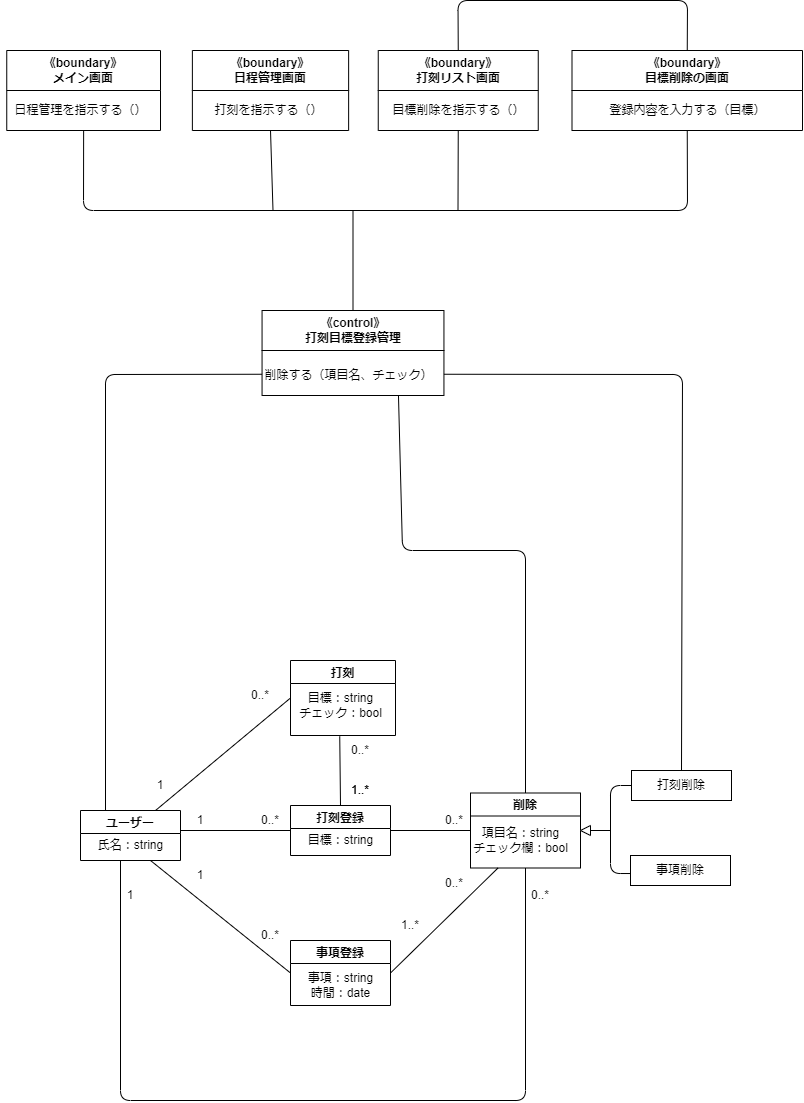
Above: 分析Class9.drawio.png in Hu-Hanxu/First-App-Self-Management- (draw.io), before the change. Source tidied: cells renumbered, new cells last; positions are measured from the earlier drawing's top-left corner, leaving out a move shared by most shapes.
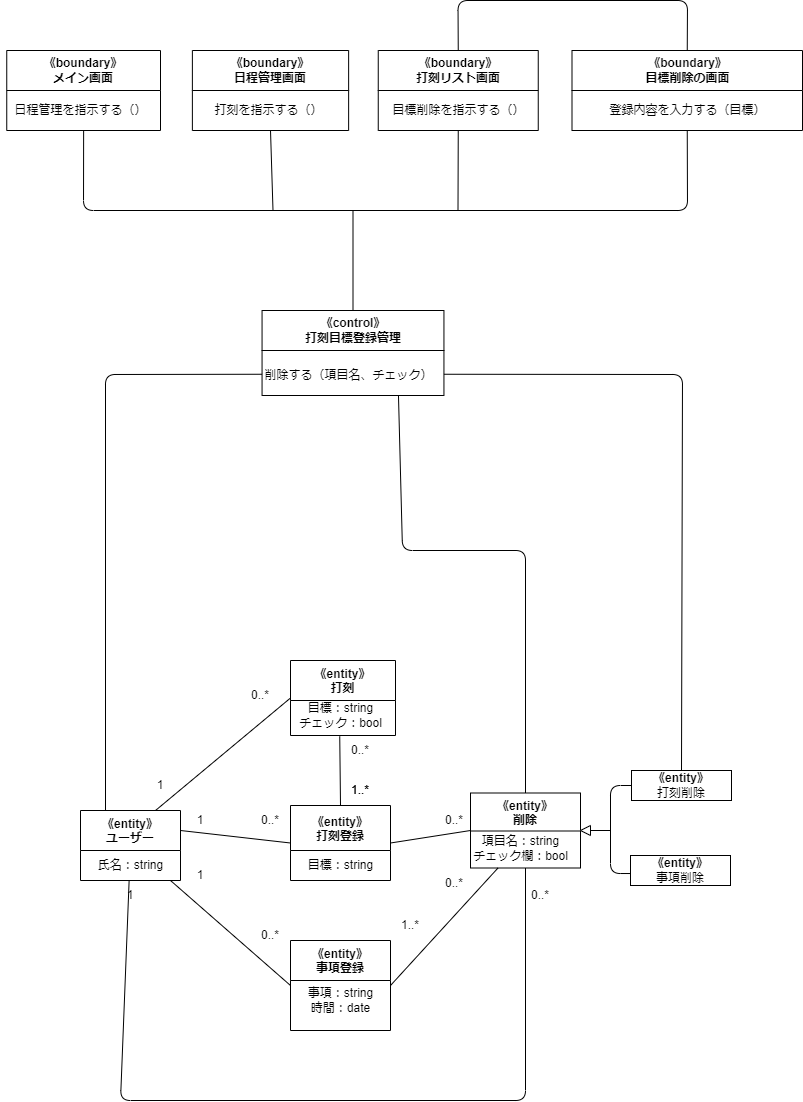
Above is the later version.

Change to the diagram source:
```diff
@@ -2,57 +2,54 @@
   <root>
     <mxCell id="0" />
     <mxCell id="1" parent="0" />
-    <mxCell id="2" value="打刻登録" style="swimlane;" parent="1" vertex="1">
-      <mxGeometry x="290" y="805" width="100" height="50" as="geometry" />
+    <mxCell id="2" value="《entity》&#10;打刻登録" style="swimlane;startSize=45;" parent="1" vertex="1">
+      <mxGeometry x="290" y="805" width="100" height="75" as="geometry" />
     </mxCell>
     <mxCell id="3" value="目標：string" style="text;html=1;align=center;verticalAlign=middle;strokeColor=none;fillColor=none;" parent="2" vertex="1">
-      <mxGeometry x="5" y="20" width="90" height="30" as="geometry" />
+      <mxGeometry x="5" y="45" width="90" height="30" as="geometry" />
     </mxCell>
-    <mxCell id="4" value="事項登録" style="swimlane;" parent="1" vertex="1">
-      <mxGeometry x="290" y="940" width="100" height="65" as="geometry" />
+    <mxCell id="4" value="《entity》&#10;事項登録" style="swimlane;startSize=40;" parent="1" vertex="1">
+      <mxGeometry x="290" y="940" width="100" height="90" as="geometry" />
     </mxCell>
     <mxCell id="5" value="事項：string&lt;br&gt;時間：date" style="text;html=1;align=center;verticalAlign=middle;strokeColor=none;fillColor=none;" parent="4" vertex="1">
-      <mxGeometry x="5" y="25" width="90" height="40" as="geometry" />
+      <mxGeometry x="5" y="40" width="90" height="40" as="geometry" />
     </mxCell>
-    <mxCell id="6" value="打刻" style="swimlane;" parent="1" vertex="1">
+    <mxCell id="6" value="《entity》&#10;打刻" style="swimlane;startSize=40;" parent="1" vertex="1">
       <mxGeometry x="290" y="660" width="105" height="75" as="geometry" />
     </mxCell>
     <mxCell id="7" value="目標：string&lt;br&gt;チェック：bool" style="text;html=1;align=center;verticalAlign=middle;strokeColor=none;fillColor=none;" parent="6" vertex="1">
-      <mxGeometry x="-5" y="25" width="110" height="40" as="geometry" />
+      <mxGeometry x="-5" y="35" width="110" height="40" as="geometry" />
     </mxCell>
     <mxCell id="8" style="endArrow=none;html=1;exitX=1;exitY=0.5;exitDx=0;exitDy=0;entryX=0;entryY=0.5;entryDx=0;entryDy=0;" parent="1" edge="1" target="2">
       <mxGeometry relative="1" as="geometry">
         <mxPoint x="180" y="830" as="sourcePoint" />
       </mxGeometry>
     </mxCell>
-    <mxCell id="9" value="削除" style="swimlane;" parent="1" vertex="1">
+    <mxCell id="9" value="《entity》&#10;削除" style="swimlane;startSize=38;" parent="1" vertex="1">
       <mxGeometry x="470" y="792.5" width="110" height="75" as="geometry" />
     </mxCell>
     <mxCell id="10" value="項目名：string&lt;br&gt;チェック欄：bool" style="text;html=1;align=center;verticalAlign=middle;strokeColor=none;fillColor=none;" parent="9" vertex="1">
-      <mxGeometry x="-10" y="27.5" width="120" height="40" as="geometry" />
+      <mxGeometry x="-10" y="35" width="120" height="40" as="geometry" />
     </mxCell>
     <mxCell id="11" style="endArrow=none;html=1;entryX=0;entryY=0.5;entryDx=0;entryDy=0;exitX=1;exitY=0.5;exitDx=0;exitDy=0;" parent="1" edge="1" source="2" target="9">
       <mxGeometry relative="1" as="geometry" />
     </mxCell>
-    <mxCell id="12" value="打刻削除" style="rounded=0;whiteSpace=wrap;html=1;" parent="1" vertex="1">
+    <mxCell id="12" value="&lt;span style=&quot;font-weight: 700;&quot;&gt;《entity》&lt;/span&gt;&lt;br&gt;打刻削除" style="rounded=0;whiteSpace=wrap;html=1;" parent="1" vertex="1">
       <mxGeometry x="631" y="770" width="100" height="30" as="geometry" />
     </mxCell>
-    <mxCell id="13" value="事項削除" style="rounded=0;whiteSpace=wrap;html=1;" parent="1" vertex="1">
+    <mxCell id="13" value="&lt;span style=&quot;font-weight: 700;&quot;&gt;《entity》&lt;/span&gt;&lt;br&gt;事項削除" style="rounded=0;whiteSpace=wrap;html=1;" parent="1" vertex="1">
       <mxGeometry x="630" y="855" width="100" height="30" as="geometry" />
     </mxCell>
-    <mxCell id="14" style="endArrow=none;html=1;entryX=0.5;entryY=1;entryDx=0;entryDy=0;exitX=0.5;exitY=1;exitDx=0;exitDy=0;" parent="1" edge="1" source="9">
+    <mxCell id="14" style="endArrow=none;html=1;exitX=0.5;exitY=1;exitDx=0;exitDy=0;" parent="1" edge="1" source="9" target="30">
       <mxGeometry relative="1" as="geometry">
-        <mxPoint x="120" y="860" as="targetPoint" />
         <Array as="points">
           <mxPoint x="525" y="1100" />
           <mxPoint x="120" y="1100" />
         </Array>
       </mxGeometry>
     </mxCell>
-    <mxCell id="15" style="endArrow=none;html=1;entryX=0;entryY=0.5;entryDx=0;entryDy=0;exitX=0.75;exitY=1;exitDx=0;exitDy=0;" parent="1" edge="1" target="4">
-      <mxGeometry relative="1" as="geometry">
-        <mxPoint x="150" y="860" as="sourcePoint" />
-      </mxGeometry>
+    <mxCell id="15" style="endArrow=none;html=1;entryX=0;entryY=0.5;entryDx=0;entryDy=0;" parent="1" edge="1" source="30" target="4">
+      <mxGeometry relative="1" as="geometry" />
     </mxCell>
     <mxCell id="16" style="endArrow=none;html=1;exitX=1;exitY=0.5;exitDx=0;exitDy=0;entryX=0.25;entryY=1;entryDx=0;entryDy=0;" parent="1" edge="1" source="4" target="9">
       <mxGeometry relative="1" as="geometry" />
@@ -96,11 +93,11 @@
     <mxCell id="29" value="1..*" style="text;html=1;strokeColor=none;fillColor=none;align=center;verticalAlign=middle;whiteSpace=wrap;rounded=0;" parent="1" vertex="1">
       <mxGeometry x="380" y="910" width="60" height="30" as="geometry" />
     </mxCell>
-    <mxCell id="30" value="ユーザー" style="swimlane;" parent="1" vertex="1">
-      <mxGeometry x="80" y="810" width="100" height="50" as="geometry" />
+    <mxCell id="30" value="《entity》&#10;ユーザー" style="swimlane;startSize=40;" parent="1" vertex="1">
+      <mxGeometry x="80" y="810" width="100" height="70" as="geometry" />
     </mxCell>
     <mxCell id="31" value="氏名：string" style="text;html=1;align=center;verticalAlign=middle;strokeColor=none;fillColor=none;" parent="30" vertex="1">
-      <mxGeometry x="5" y="20" width="90" height="30" as="geometry" />
+      <mxGeometry x="5" y="40" width="90" height="30" as="geometry" />
     </mxCell>
     <mxCell id="32" style="endArrow=none;html=1;exitX=0.75;exitY=0;exitDx=0;exitDy=0;entryX=0;entryY=0.5;entryDx=0;entryDy=0;" parent="1" edge="1" source="30" target="6">
       <mxGeometry relative="1" as="geometry" />
```
